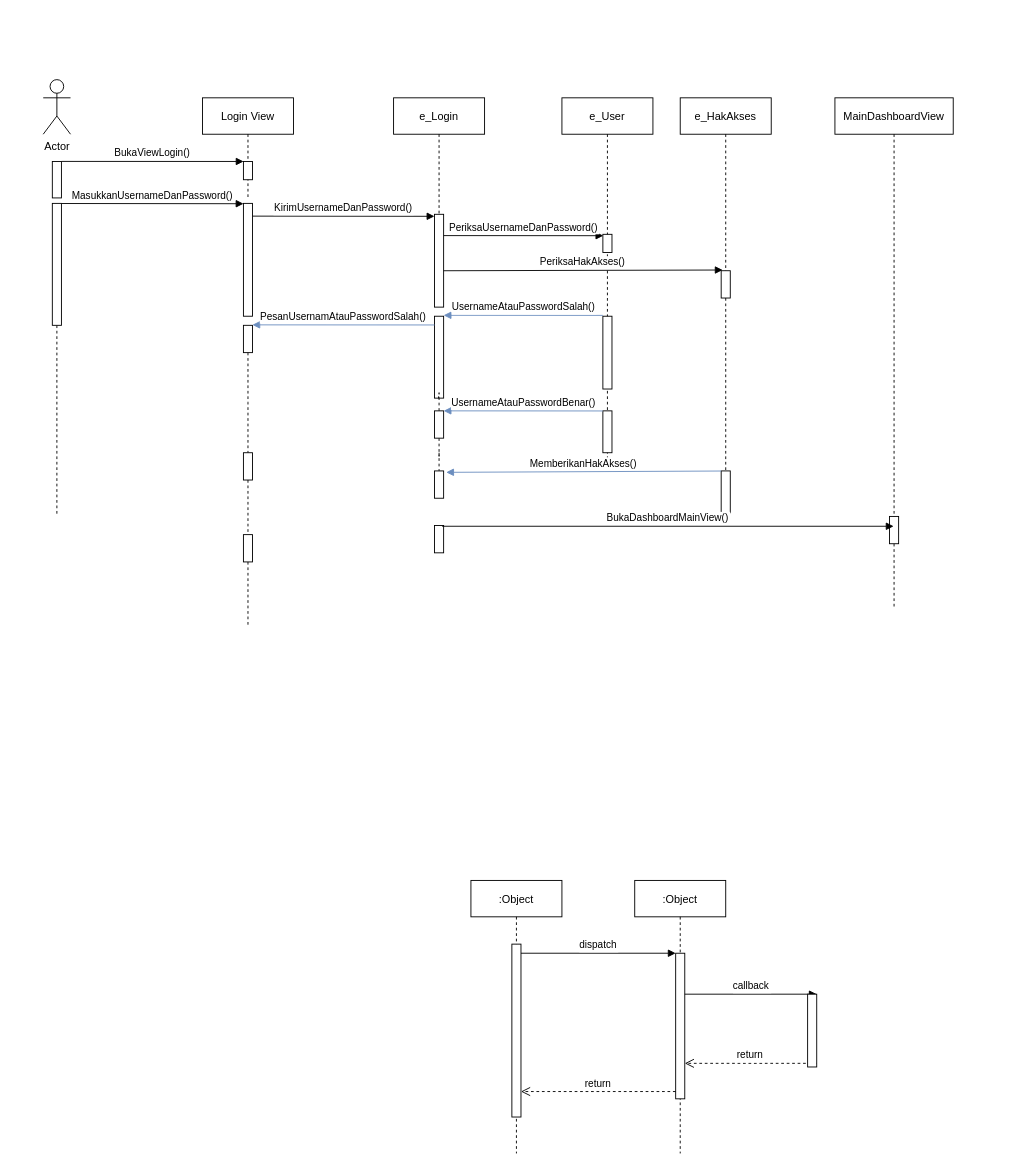
Earlier version of the draw.io diagram page "Login" (1 of 2) of Diagram Tanpa Judul.drawio (juanangelaalma/uml). Source tidied: cells renumbered, new cells numbered last; positions are measured from the earlier drawing's top-left corner, leaving out a move shared by most shapes. Both pictures are drawn from the tidied source at 91%, with x=0, y=0 at pixel (43, 79).
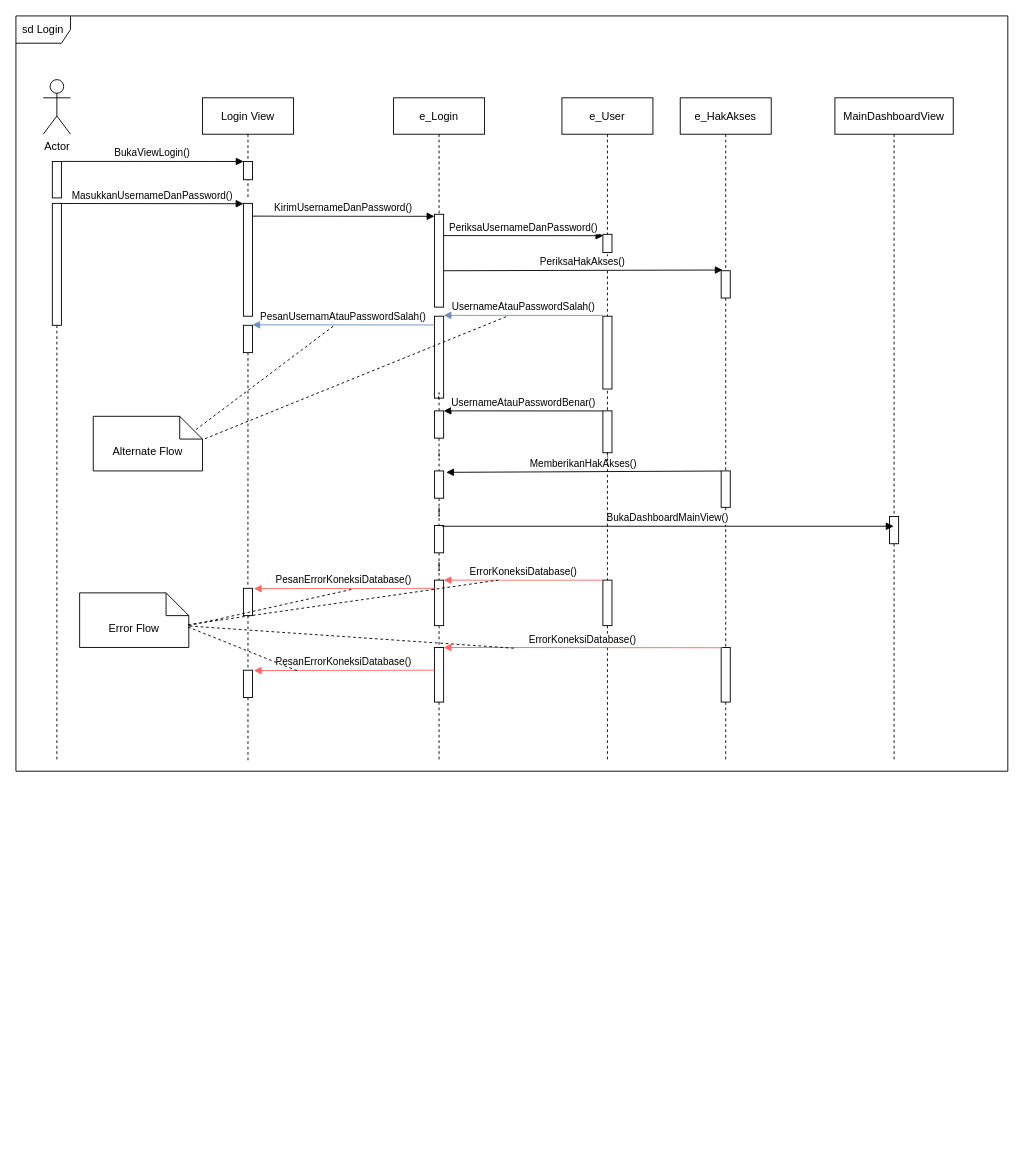
The same page after the edit.

Unchanged cells that the change refers to:
```xml
<mxCell id="17" style="points=[];perimeter=orthogonalPerimeter;rounded=0;shadow=0;strokeWidth=1;" parent="1" vertex="1">
  <mxGeometry x="10" y="136" width="10" height="134" as="geometry" />
</mxCell>
<mxCell id="21" style="points=[];perimeter=orthogonalPerimeter;rounded=0;shadow=0;strokeWidth=1;" parent="1" vertex="1">
  <mxGeometry x="220" y="270" width="10" height="30" as="geometry" />
</mxCell>
<mxCell id="27" style="points=[];perimeter=orthogonalPerimeter;rounded=0;shadow=0;strokeWidth=1;" parent="25" vertex="1">
  <mxGeometry x="45" y="344" width="10" height="46" as="geometry" />
</mxCell>
<mxCell id="46" style="points=[];perimeter=orthogonalPerimeter;rounded=0;shadow=0;strokeWidth=1;" parent="1" vertex="1">
  <mxGeometry x="430" y="430" width="10" height="30" as="geometry" />
</mxCell>
<mxCell id="50" style="points=[];perimeter=orthogonalPerimeter;rounded=0;shadow=0;strokeWidth=1;" parent="1" vertex="1">
  <mxGeometry x="430" y="490" width="10" height="30" as="geometry" />
</mxCell>
```

Change to the diagram source:
```diff
@@
-    <mxCell id="2" value=":Object" style="shape=umlLifeline;perimeter=lifelinePerimeter;rounded=0;shadow=0;strokeWidth=1;" parent="1" vertex="1">
-      <mxGeometry x="470" y="880" width="100" height="300" as="geometry" />
-    </mxCell>
-    <mxCell id="3" style="points=[];perimeter=orthogonalPerimeter;rounded=0;shadow=0;strokeWidth=1;" parent="2" vertex="1">
-      <mxGeometry x="45" y="70" width="10" height="190" as="geometry" />
-    </mxCell>
-    <mxCell id="4" value=":Object" style="shape=umlLifeline;perimeter=lifelinePerimeter;rounded=0;shadow=0;strokeWidth=1;" parent="1" vertex="1">
-      <mxGeometry x="650" y="880" width="100" height="300" as="geometry" />
-    </mxCell>
-    <mxCell id="5" style="points=[];perimeter=orthogonalPerimeter;rounded=0;shadow=0;strokeWidth=1;" parent="4" vertex="1">
-      <mxGeometry x="45" y="80" width="10" height="160" as="geometry" />
-    </mxCell>
-    <mxCell id="6" value="return" style="verticalAlign=bottom;endArrow=open;dashed=1;endSize=8;exitX=0;exitY=0.95;shadow=0;strokeWidth=1;" parent="1" edge="1" source="5" target="3">
-      <mxGeometry relative="1" as="geometry" />
-    </mxCell>
-    <mxCell id="7" value="dispatch" style="verticalAlign=bottom;endArrow=block;entryX=0;entryY=0;shadow=0;strokeWidth=1;" parent="1" edge="1" source="3" target="5">
-      <mxGeometry relative="1" as="geometry" />
-    </mxCell>
-    <mxCell id="8" value="callback" style="verticalAlign=bottom;endArrow=block;entryX=1;entryY=0;shadow=0;strokeWidth=1;" parent="1" edge="1" source="5" target="10">
-      <mxGeometry relative="1" as="geometry" />
-    </mxCell>
-    <mxCell id="9" value="return" style="verticalAlign=bottom;endArrow=open;dashed=1;endSize=8;exitX=1;exitY=0.95;shadow=0;strokeWidth=1;" parent="1" edge="1" source="10" target="5">
-      <mxGeometry relative="1" as="geometry" />
-    </mxCell>
-    <mxCell id="10" style="points=[];perimeter=orthogonalPerimeter;rounded=0;shadow=0;strokeWidth=1;" parent="1" vertex="1">
-      <mxGeometry x="840" y="1005" width="10" height="80" as="geometry" />
-    </mxCell>
+    <mxCell id="52" value="sd Login" style="shape=umlFrame;whiteSpace=wrap;html=1;" parent="1" vertex="1">
+      <mxGeometry x="-30" y="-70" width="1090" height="830" as="geometry" />
+    </mxCell>
@@
     <mxCell id="16" style="edgeStyle=orthogonalEdgeStyle;rounded=0;jettySize=auto;html=1;startArrow=none;startFill=0;endArrow=none;endFill=0;dashed=1;" parent="1" edge="1" source="17">
       <mxGeometry relative="1" as="geometry">
-        <mxPoint x="15" y="480" as="targetPoint" />
+        <mxPoint x="15" y="750" as="targetPoint" />
       </mxGeometry>
     </mxCell>
@@
-    <mxCell id="20" style="edgeStyle=orthogonalEdgeStyle;rounded=0;jettySize=auto;html=1;dashed=1;startArrow=none;startFill=0;endArrow=none;endFill=0;" parent="1" edge="1" source="21">
-      <mxGeometry relative="1" as="geometry">
-        <mxPoint x="225" y="410" as="targetPoint" />
-      </mxGeometry>
+    <mxCell id="20" style="edgeStyle=orthogonalEdgeStyle;rounded=0;jettySize=auto;html=1;dashed=1;startArrow=none;startFill=0;endArrow=none;endFill=0;entryX=0.49;entryY=-0.038;entryDx=0;entryDy=0;entryPerimeter=0;" parent="1" edge="1" source="21" target="39">
+      <mxGeometry relative="1" as="geometry" />
     </mxCell>
@@
     <mxCell id="31" value="MainDashboardView" style="shape=umlLifeline;perimeter=lifelinePerimeter;rounded=0;shadow=0;strokeWidth=1;" parent="1" vertex="1">
-      <mxGeometry x="870" y="20" width="130" height="560" as="geometry" />
+      <mxGeometry x="870" y="20" width="130" height="730" as="geometry" />
     </mxCell>
@@
     <mxCell id="39" style="points=[];perimeter=orthogonalPerimeter;rounded=0;shadow=0;strokeWidth=1;" parent="1" vertex="1">
-      <mxGeometry x="220" y="410" width="10" height="30" as="geometry" />
+      <mxGeometry x="220" y="559" width="10" height="30" as="geometry" />
     </mxCell>
     <mxCell id="40" style="edgeStyle=orthogonalEdgeStyle;rounded=0;jettySize=auto;html=1;dashed=1;startArrow=none;startFill=0;endArrow=none;endFill=0;" parent="1" edge="1" source="41">
       <mxGeometry relative="1" as="geometry">
-        <mxPoint x="225" y="600" as="targetPoint" />
+        <mxPoint x="225" y="749" as="targetPoint" />
       </mxGeometry>
     </mxCell>
     <mxCell id="41" style="points=[];perimeter=orthogonalPerimeter;rounded=0;shadow=0;strokeWidth=1;" parent="1" vertex="1">
-      <mxGeometry x="220" y="500" width="10" height="30" as="geometry" />
+      <mxGeometry x="220" y="649" width="10" height="30" as="geometry" />
     </mxCell>
@@
-    <mxCell id="45" value="UsernameAtauPasswordBenar()" style="verticalAlign=bottom;endArrow=none;entryX=0.162;entryY=-0.026;shadow=0;strokeWidth=1;entryDx=0;entryDy=0;entryPerimeter=0;endFill=0;startArrow=block;startFill=1;fillColor=#dae8fc;strokeColor=#6c8ebf;" parent="1" edge="1">
+    <mxCell id="45" value="UsernameAtauPasswordBenar()" style="verticalAlign=bottom;endArrow=none;entryX=0.162;entryY=-0.026;shadow=0;strokeWidth=1;entryDx=0;entryDy=0;entryPerimeter=0;endFill=0;startArrow=block;startFill=1;fillColor=#dae8fc;strokeColor=#000000;" parent="1" edge="1">
       <mxGeometry relative="1" as="geometry">
         <mxPoint x="440" y="364" as="sourcePoint" />
         <mxPoint x="615" y="364.1" as="targetPoint" />
       </mxGeometry>
     </mxCell>
+    <mxCell id="53" style="edgeStyle=orthogonalEdgeStyle;rounded=0;jettySize=auto;html=1;dashed=1;strokeColor=#000000;startArrow=none;startFill=0;endArrow=none;endFill=0;" parent="1" edge="1" source="46" target="50">
+      <mxGeometry relative="1" as="geometry" />
+    </mxCell>
@@
+    <mxCell id="54" style="edgeStyle=orthogonalEdgeStyle;rounded=0;jettySize=auto;html=1;dashed=1;strokeColor=#000000;startArrow=none;startFill=0;endArrow=none;endFill=0;" parent="1" edge="1" source="47" target="63">
+      <mxGeometry relative="1" as="geometry" />
+    </mxCell>
     <mxCell id="47" style="points=[];perimeter=orthogonalPerimeter;rounded=0;shadow=0;strokeWidth=1;" parent="1" vertex="1">
-      <mxGeometry x="745" y="430" width="10" height="46" as="geometry" />
+      <mxGeometry x="745" y="430" width="10" height="40" as="geometry" />
     </mxCell>
@@
-    <mxCell id="49" value="MemberikanHakAkses()" style="verticalAlign=bottom;endArrow=none;entryX=0.162;entryY=-0.026;shadow=0;strokeWidth=1;entryDx=0;entryDy=0;entryPerimeter=0;endFill=0;startArrow=block;startFill=1;fillColor=#dae8fc;strokeColor=#6c8ebf;exitX=1.282;exitY=0.052;exitDx=0;exitDy=0;exitPerimeter=0;" parent="1" edge="1" source="46">
+    <mxCell id="49" value="MemberikanHakAkses()" style="verticalAlign=bottom;endArrow=none;entryX=0.162;entryY=-0.026;shadow=0;strokeWidth=1;entryDx=0;entryDy=0;entryPerimeter=0;endFill=0;startArrow=block;startFill=1;fillColor=#dae8fc;strokeColor=#000000;exitX=1.282;exitY=0.052;exitDx=0;exitDy=0;exitPerimeter=0;" parent="1" edge="1" source="46">
       <mxGeometry relative="1" as="geometry">
         <mxPoint x="745" y="430.1" as="targetPoint" />
       </mxGeometry>
     </mxCell>
+    <mxCell id="55" style="edgeStyle=orthogonalEdgeStyle;rounded=0;jettySize=auto;html=1;dashed=1;strokeColor=#000000;startArrow=none;startFill=0;endArrow=none;endFill=0;" parent="1" edge="1" source="50" target="59">
+      <mxGeometry relative="1" as="geometry" />
+    </mxCell>
@@
+    <mxCell id="56" style="edgeStyle=orthogonalEdgeStyle;rounded=0;jettySize=auto;html=1;dashed=1;strokeColor=#000000;startArrow=none;startFill=0;endArrow=none;endFill=0;" parent="1" edge="1" source="57">
+      <mxGeometry relative="1" as="geometry">
+        <mxPoint x="620" y="750" as="targetPoint" />
+      </mxGeometry>
+    </mxCell>
+    <mxCell id="57" style="points=[];perimeter=orthogonalPerimeter;rounded=0;shadow=0;strokeWidth=1;" parent="1" vertex="1">
+      <mxGeometry x="615" y="550" width="10" height="50" as="geometry" />
+    </mxCell>
+    <mxCell id="58" style="edgeStyle=orthogonalEdgeStyle;rounded=0;jettySize=auto;html=1;entryX=0.521;entryY=0.007;entryDx=0;entryDy=0;entryPerimeter=0;dashed=1;strokeColor=#000000;startArrow=none;startFill=0;endArrow=none;endFill=0;" parent="1" edge="1" source="59" target="65">
+      <mxGeometry relative="1" as="geometry" />
+    </mxCell>
+    <mxCell id="59" style="points=[];perimeter=orthogonalPerimeter;rounded=0;shadow=0;strokeWidth=1;" parent="1" vertex="1">
+      <mxGeometry x="430" y="550" width="10" height="50" as="geometry" />
+    </mxCell>
+    <mxCell id="60" style="edgeStyle=orthogonalEdgeStyle;rounded=0;jettySize=auto;html=1;dashed=1;strokeColor=#000000;startArrow=none;startFill=0;endArrow=none;endFill=0;" parent="1" edge="1" source="27" target="57">
+      <mxGeometry relative="1" as="geometry" />
+    </mxCell>
+    <mxCell id="61" value="ErrorKoneksiDatabase()" style="verticalAlign=bottom;endArrow=none;entryX=0.162;entryY=-0.026;shadow=0;strokeWidth=1;entryDx=0;entryDy=0;entryPerimeter=0;endFill=0;startArrow=block;startFill=1;fillColor=#ffe6cc;strokeColor=#FF6666;" parent="1" edge="1">
+      <mxGeometry relative="1" as="geometry">
+        <mxPoint x="440" y="550" as="sourcePoint" />
+        <mxPoint x="615" y="550" as="targetPoint" />
+      </mxGeometry>
+    </mxCell>
+    <mxCell id="62" style="edgeStyle=orthogonalEdgeStyle;rounded=0;jettySize=auto;html=1;dashed=1;strokeColor=#000000;startArrow=none;startFill=0;endArrow=none;endFill=0;" parent="1" edge="1" source="63">
+      <mxGeometry relative="1" as="geometry">
+        <mxPoint x="750" y="750" as="targetPoint" />
+      </mxGeometry>
+    </mxCell>
+    <mxCell id="63" style="points=[];perimeter=orthogonalPerimeter;rounded=0;shadow=0;strokeWidth=1;" parent="1" vertex="1">
+      <mxGeometry x="745" y="624" width="10" height="60" as="geometry" />
+    </mxCell>
+    <mxCell id="64" style="edgeStyle=orthogonalEdgeStyle;rounded=0;jettySize=auto;html=1;dashed=1;strokeColor=#000000;startArrow=none;startFill=0;endArrow=none;endFill=0;" parent="1" edge="1" source="65">
+      <mxGeometry relative="1" as="geometry">
+        <mxPoint x="435" y="750" as="targetPoint" />
+      </mxGeometry>
+    </mxCell>
+    <mxCell id="65" style="points=[];perimeter=orthogonalPerimeter;rounded=0;shadow=0;strokeWidth=1;" parent="1" vertex="1">
+      <mxGeometry x="430" y="624" width="10" height="60" as="geometry" />
+    </mxCell>
+    <mxCell id="66" value="ErrorKoneksiDatabase()" style="verticalAlign=bottom;endArrow=none;entryX=0.145;entryY=0.005;shadow=0;strokeWidth=1;entryDx=0;entryDy=0;entryPerimeter=0;endFill=0;startArrow=block;startFill=1;fillColor=#ffe6cc;strokeColor=#FF6666;" parent="1" edge="1" target="63">
+      <mxGeometry relative="1" as="geometry">
+        <mxPoint x="440" y="624" as="sourcePoint" />
+      </mxGeometry>
+    </mxCell>
+    <mxCell id="67" value="PesanErrorKoneksiDatabase()" style="verticalAlign=bottom;endArrow=none;entryX=0.162;entryY=-0.026;shadow=0;strokeWidth=1;entryDx=0;entryDy=0;entryPerimeter=0;endFill=0;startArrow=block;startFill=1;fillColor=#ffe6cc;strokeColor=#FF6666;exitX=1.143;exitY=0.012;exitDx=0;exitDy=0;exitPerimeter=0;" parent="1" edge="1" source="39">
+      <mxGeometry relative="1" as="geometry">
+        <mxPoint x="430" y="559" as="targetPoint" />
+      </mxGeometry>
+    </mxCell>
+    <mxCell id="68" value="PesanErrorKoneksiDatabase()" style="verticalAlign=bottom;endArrow=none;entryX=0.162;entryY=-0.026;shadow=0;strokeWidth=1;entryDx=0;entryDy=0;entryPerimeter=0;endFill=0;startArrow=block;startFill=1;fillColor=#ffe6cc;strokeColor=#FF6666;exitX=1.143;exitY=0.012;exitDx=0;exitDy=0;exitPerimeter=0;" parent="1" edge="1">
+      <mxGeometry relative="1" as="geometry">
+        <mxPoint x="231.4" y="649.4" as="sourcePoint" />
+        <mxPoint x="430" y="649" as="targetPoint" />
+      </mxGeometry>
+    </mxCell>
+    <mxCell id="69" value="Alternate Flow" style="shape=note2;boundedLbl=1;whiteSpace=wrap;html=1;size=25;verticalAlign=top;align=center;" parent="1" vertex="1">
+      <mxGeometry x="55" y="370" width="120" height="60" as="geometry" />
+    </mxCell>
+    <mxCell id="70" style="endArrow=none;dashed=1;html=1;rounded=0;strokeColor=#000000;exitX=0.94;exitY=0.243;exitDx=0;exitDy=0;exitPerimeter=0;" parent="1" edge="1" source="69">
+      <mxGeometry relative="1" as="geometry">
+        <mxPoint x="320" y="270" as="targetPoint" />
+      </mxGeometry>
+    </mxCell>
+    <mxCell id="71" style="endArrow=none;dashed=1;html=1;rounded=0;strokeColor=#000000;exitX=0.94;exitY=0.243;exitDx=0;exitDy=0;exitPerimeter=0;" parent="1" edge="1">
+      <mxGeometry relative="1" as="geometry">
+        <mxPoint x="177.8" y="394.6" as="sourcePoint" />
+        <mxPoint x="510" y="260" as="targetPoint" />
+      </mxGeometry>
+    </mxCell>
+    <mxCell id="72" value="Error Flow" style="shape=note2;boundedLbl=1;whiteSpace=wrap;html=1;size=25;verticalAlign=top;align=center;" parent="1" vertex="1">
+      <mxGeometry x="40" y="564" width="120" height="60" as="geometry" />
+    </mxCell>
+    <mxCell id="73" style="endArrow=none;dashed=1;html=1;rounded=0;strokeColor=#000000;exitX=1;exitY=0.6;exitDx=0;exitDy=0;exitPerimeter=0;" parent="1" edge="1" source="72">
+      <mxGeometry relative="1" as="geometry">
+        <mxPoint x="340" y="560" as="targetPoint" />
+      </mxGeometry>
+    </mxCell>
+    <mxCell id="74" style="endArrow=none;dashed=1;html=1;rounded=0;strokeColor=#000000;exitX=0.992;exitY=0.583;exitDx=0;exitDy=0;exitPerimeter=0;" parent="1" edge="1" source="72">
+      <mxGeometry relative="1" as="geometry">
+        <mxPoint x="500" y="550" as="targetPoint" />
+      </mxGeometry>
+    </mxCell>
+    <mxCell id="75" style="endArrow=none;dashed=1;html=1;rounded=0;strokeColor=#000000;exitX=1.008;exitY=0.608;exitDx=0;exitDy=0;exitPerimeter=0;" parent="1" edge="1" source="72">
+      <mxGeometry relative="1" as="geometry">
+        <mxPoint x="520" y="625" as="targetPoint" />
+      </mxGeometry>
+    </mxCell>
+    <mxCell id="76" style="endArrow=none;dashed=1;html=1;rounded=0;strokeColor=#000000;exitX=0.992;exitY=0.625;exitDx=0;exitDy=0;exitPerimeter=0;" parent="1" edge="1" source="72">
+      <mxGeometry relative="1" as="geometry">
+        <mxPoint x="280" y="650" as="targetPoint" />
+      </mxGeometry>
+    </mxCell>
```
